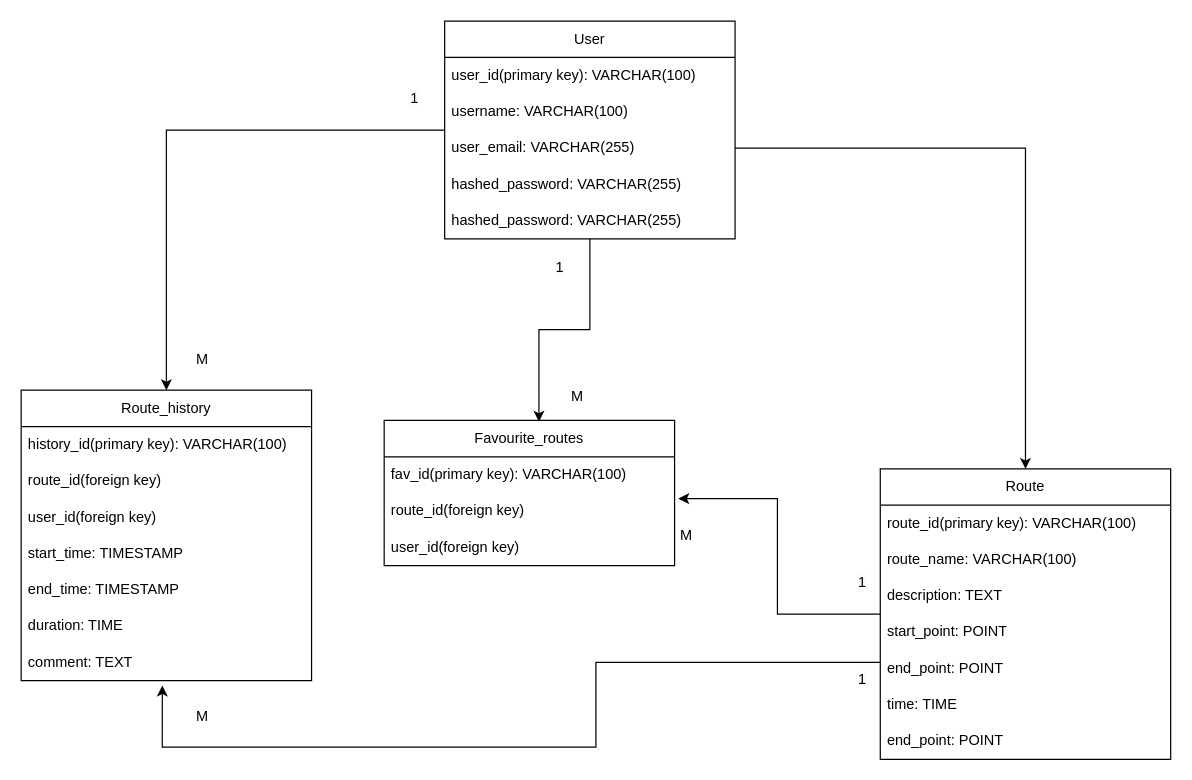
Before: docs/Діаграма без назви.drawio in borovykmary/WalkExplorer, a draw.io diagram. Source tidied: cells renumbered, new cells numbered last; positions are measured from the earlier drawing's top-left corner, leaving out a move shared by most shapes. Both pictures are drawn from the tidied source at 121%, with x=0, y=0 at pixel (21, 21).
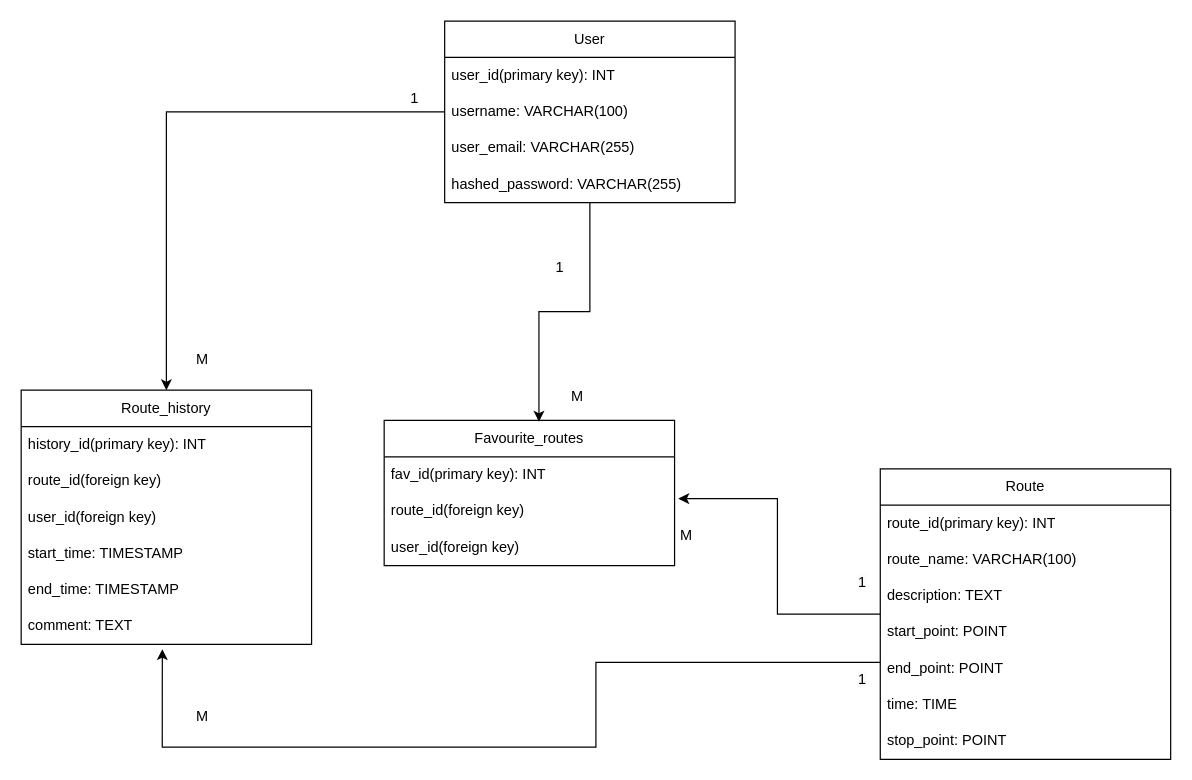
After the change.

Commit message:
eer_diagram modified

Unchanged cells that the change refers to:
```xml
<mxCell id="6" value="user_email: VARCHAR(255)" style="text;strokeColor=none;fillColor=none;align=left;verticalAlign=middle;spacingLeft=4;spacingRight=4;overflow=hidden;points=[[0,0.5],[1,0.5]];portConstraint=eastwest;whiteSpace=wrap;html=1;" parent="3" vertex="1">
  <mxGeometry y="90" width="240" height="30" as="geometry" />
</mxCell>
<mxCell id="9" value="Route" style="swimlane;fontStyle=0;horizontal=1;startSize=30;whiteSpace=wrap;html=1;" parent="1" vertex="1">
  <mxGeometry x="710" y="370" width="240" height="240" as="geometry" />
</mxCell>
<mxCell id="17" value="Favourite_routes" style="swimlane;fontStyle=0;horizontal=1;startSize=30;whiteSpace=wrap;html=1;" parent="1" vertex="1">
  <mxGeometry x="300" y="330" width="240" height="120" as="geometry" />
</mxCell>
```

The edit, as a diff of the source:
```diff
@@
     <mxCell id="3" value="User" style="swimlane;fontStyle=0;horizontal=1;startSize=30;whiteSpace=wrap;html=1;" parent="1" vertex="1">
-      <mxGeometry x="350" width="240" height="180" as="geometry" />
+      <mxGeometry x="350" width="240" height="150" as="geometry" />
     </mxCell>
-    <mxCell id="4" value="user_id(primary key): VARCHAR(100)" style="text;strokeColor=none;fillColor=none;align=left;verticalAlign=middle;spacingLeft=4;spacingRight=4;overflow=hidden;whiteSpace=wrap;html=1;" parent="3" vertex="1">
+    <mxCell id="4" value="user_id(primary key): INT" style="text;strokeColor=none;fillColor=none;align=left;verticalAlign=middle;spacingLeft=4;spacingRight=4;overflow=hidden;whiteSpace=wrap;html=1;" parent="3" vertex="1">
       <mxGeometry y="30" width="240" height="30" as="geometry" />
     </mxCell>
@@
-    <mxCell id="8" value="hashed_password: VARCHAR(255)" style="text;strokeColor=none;fillColor=none;align=left;verticalAlign=middle;spacingLeft=4;spacingRight=4;overflow=hidden;whiteSpace=wrap;html=1;" parent="3" vertex="1">
-      <mxGeometry y="150" width="240" height="30" as="geometry" />
-    </mxCell>
@@
-    <mxCell id="10" value="route_id(primary key): VARCHAR(100)" style="text;strokeColor=none;fillColor=none;align=left;verticalAlign=middle;spacingLeft=4;spacingRight=4;overflow=hidden;whiteSpace=wrap;html=1;" parent="9" vertex="1">
+    <mxCell id="10" value="route_id(primary key): INT" style="text;strokeColor=none;fillColor=none;align=left;verticalAlign=middle;spacingLeft=4;spacingRight=4;overflow=hidden;whiteSpace=wrap;html=1;" parent="9" vertex="1">
       <mxGeometry y="30" width="240" height="30" as="geometry" />
     </mxCell>
@@
-    <mxCell id="16" value="end_point: POINT" style="text;strokeColor=none;fillColor=none;align=left;verticalAlign=middle;spacingLeft=4;spacingRight=4;overflow=hidden;whiteSpace=wrap;html=1;" parent="9" vertex="1">
+    <mxCell id="16" value="stop_point: POINT" style="text;strokeColor=none;fillColor=none;align=left;verticalAlign=middle;spacingLeft=4;spacingRight=4;overflow=hidden;whiteSpace=wrap;html=1;" parent="9" vertex="1">
       <mxGeometry y="210" width="240" height="30" as="geometry" />
     </mxCell>
@@
-    <mxCell id="18" value="fav_id(primary key): VARCHAR(100)" style="text;strokeColor=none;fillColor=none;align=left;verticalAlign=middle;spacingLeft=4;spacingRight=4;overflow=hidden;whiteSpace=wrap;html=1;" parent="17" vertex="1">
+    <mxCell id="18" value="fav_id(primary key): INT" style="text;strokeColor=none;fillColor=none;align=left;verticalAlign=middle;spacingLeft=4;spacingRight=4;overflow=hidden;whiteSpace=wrap;html=1;" parent="17" vertex="1">
       <mxGeometry y="30" width="240" height="30" as="geometry" />
     </mxCell>
@@
     <mxCell id="21" value="Route_history" style="swimlane;fontStyle=0;horizontal=1;startSize=30;whiteSpace=wrap;html=1;" parent="1" vertex="1">
-      <mxGeometry y="305" width="240" height="240" as="geometry" />
+      <mxGeometry y="305" width="240" height="210" as="geometry" />
     </mxCell>
-    <mxCell id="22" value="history_id(primary key): VARCHAR(100)" style="text;strokeColor=none;fillColor=none;align=left;verticalAlign=middle;spacingLeft=4;spacingRight=4;overflow=hidden;whiteSpace=wrap;html=1;" parent="21" vertex="1">
+    <mxCell id="22" value="history_id(primary key): INT" style="text;strokeColor=none;fillColor=none;align=left;verticalAlign=middle;spacingLeft=4;spacingRight=4;overflow=hidden;whiteSpace=wrap;html=1;" parent="21" vertex="1">
       <mxGeometry y="30" width="240" height="30" as="geometry" />
     </mxCell>
@@
-    <mxCell id="27" value="duration: TIME" style="text;strokeColor=none;fillColor=none;align=left;verticalAlign=middle;spacingLeft=4;spacingRight=4;overflow=hidden;whiteSpace=wrap;html=1;" parent="21" vertex="1">
-      <mxGeometry y="180" width="240" height="30" as="geometry" />
-    </mxCell>
     <mxCell id="28" value="comment: TEXT" style="text;strokeColor=none;fillColor=none;align=left;verticalAlign=middle;spacingLeft=4;spacingRight=4;overflow=hidden;points=[[0,0.5],[1,0.5]];portConstraint=eastwest;whiteSpace=wrap;html=1;" parent="21" vertex="1">
-      <mxGeometry y="210" width="240" height="30" as="geometry" />
+      <mxGeometry y="180" width="240" height="30" as="geometry" />
     </mxCell>
@@
-    <mxCell id="35" style="edgeStyle=orthogonalEdgeStyle;rounded=0;jettySize=auto;html=1;entryX=0.5;entryY=0;entryDx=0;entryDy=0;" parent="1" edge="1" source="6" target="9">
-      <mxGeometry relative="1" as="geometry" />
-    </mxCell>
```
